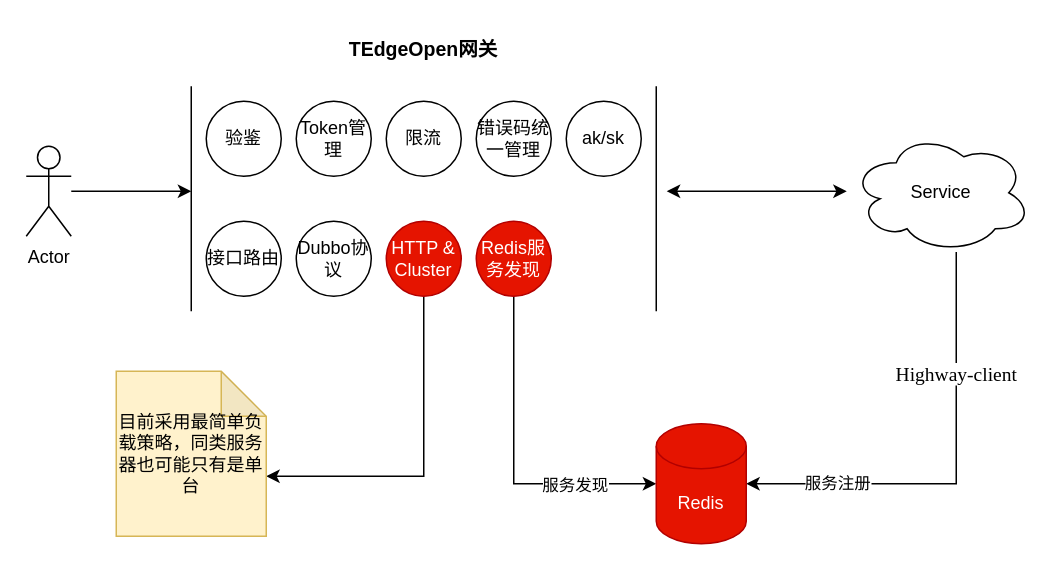
Earlier version of the draw.io diagram TEdgeOpen.drawio (gitcodeporter/draw-uml). Source tidied: cells renumbered, new cells numbered last; positions are measured from the earlier drawing's top-left corner, leaving out a move shared by most shapes. Both pictures are drawn from the tidied source at 150%, with x=0, y=0 at pixel (26, 26).
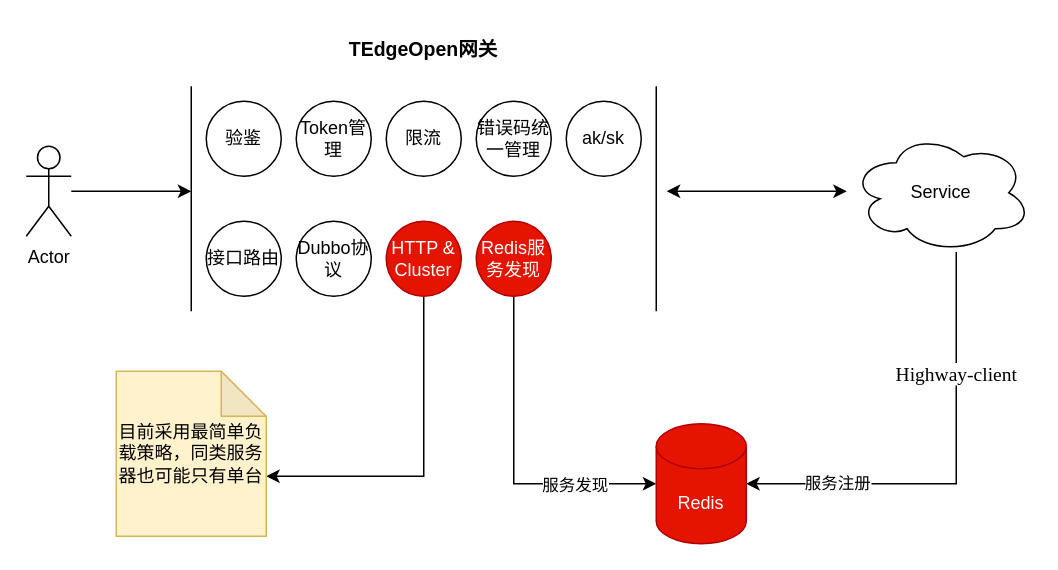
The same diagram, later.

What changed in the source:
```diff
@@
-    <mxCell id="23" value="目前采用最简单负载策略，同类服务器也可能只有是单台" style="shape=note;whiteSpace=wrap;html=1;backgroundOutline=1;darkOpacity=0.05;fillColor=#fff2cc;strokeColor=#d6b656;fontFamily=Garamond;" parent="1" vertex="1">
+    <mxCell id="23" value="目前采用最简单负载策略，同类服务器也可能只有单台" style="shape=note;whiteSpace=wrap;html=1;backgroundOutline=1;darkOpacity=0.05;fillColor=#fff2cc;strokeColor=#d6b656;fontFamily=Garamond;" parent="1" vertex="1">
       <mxGeometry x="60" y="230" width="100" height="110" as="geometry" />
     </mxCell>
```
